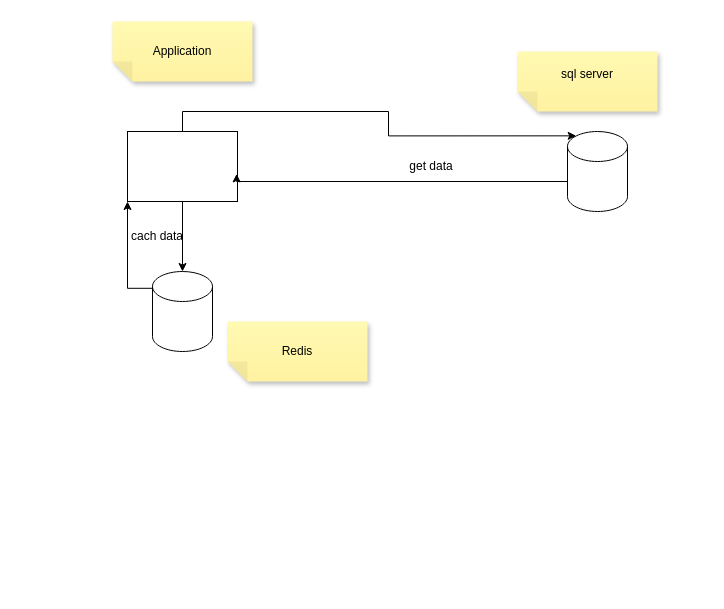
Before: Educational platform design.drawio in Eng-Fikry/Educational-Platform, a draw.io diagram. Source tidied: cells renumbered, new cells numbered last; positions are measured from the earlier drawing's top-left corner, leaving out a move shared by most shapes. Both pictures are drawn from the tidied source at 100%, with x=0, y=0 at pixel (112, 21).
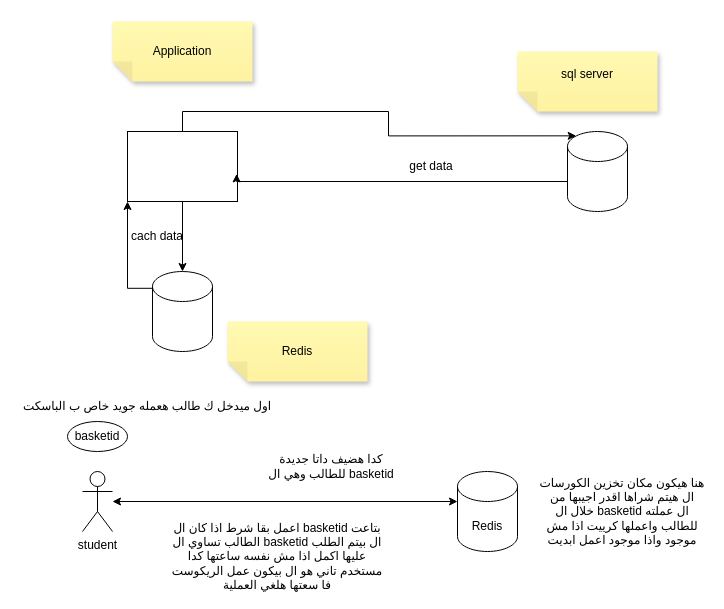
After the change.

What changed in the source:
```diff
@@
+    <mxCell id="14" value="student&lt;div&gt;&lt;br&gt;&lt;/div&gt;" style="shape=umlActor;verticalLabelPosition=bottom;verticalAlign=top;html=1;outlineConnect=0;" parent="1" vertex="1">
+      <mxGeometry x="-30" y="450" width="30" height="60" as="geometry" />
+    </mxCell>
+    <mxCell id="15" value="basketid" style="ellipse;whiteSpace=wrap;html=1;" parent="1" vertex="1">
+      <mxGeometry x="-45" y="400" width="60" height="30" as="geometry" />
+    </mxCell>
+    <mxCell id="16" style="shape=cylinder3;whiteSpace=wrap;html=1;boundedLbl=1;backgroundOutline=1;size=15;" parent="1" vertex="1">
+      <mxGeometry x="345" y="450" width="60" height="80" as="geometry" />
+    </mxCell>
+    <mxCell id="17" value="Redis" style="text;strokeColor=none;align=center;fillColor=none;html=1;verticalAlign=middle;whiteSpace=wrap;rounded=0;" parent="1" vertex="1">
+      <mxGeometry x="345" y="490" width="60" height="30" as="geometry" />
+    </mxCell>
+    <mxCell id="18" value="اول ميدخل ك طالب هعمله جويد خاص ب الباسكت" style="text;strokeColor=none;align=center;fillColor=none;html=1;verticalAlign=middle;whiteSpace=wrap;rounded=0;" parent="1" vertex="1">
+      <mxGeometry x="-95" y="370" width="260" height="30" as="geometry" />
+    </mxCell>
+    <mxCell id="19" value="هنا هيكون مكان تخزين الكورسات ال هيتم شراها اقدر اجيبها من خلال ال basketid ال عملته للطالب واعملها كرييت اذا مش موجود واذا موجود اعمل ابديت" style="text;strokeColor=none;align=center;fillColor=none;html=1;verticalAlign=middle;whiteSpace=wrap;rounded=0;" parent="1" vertex="1">
+      <mxGeometry x="425" y="475" width="170" height="30" as="geometry" />
+    </mxCell>
+    <mxCell id="20" style="endArrow=classic;startArrow=classic;html=1;rounded=0;" parent="1" edge="1" source="14">
+      <mxGeometry relative="1" as="geometry">
+        <mxPoint x="345" y="480" as="targetPoint" />
+      </mxGeometry>
+    </mxCell>
+    <mxCell id="21" value="اعمل بقا شرط اذا كان ال basketid بتاعت الطالب تساوي ال basketid ال بيتم الطلب عليها اكمل اذا مش نفسه ساعتها كدا مستخدم تاني هو ال بيكون عمل الريكوست فا سعتها هلغي العملية" style="text;strokeColor=none;align=center;fillColor=none;html=1;verticalAlign=middle;whiteSpace=wrap;rounded=0;" parent="1" vertex="1">
+      <mxGeometry x="55" y="520" width="220" height="30" as="geometry" />
+    </mxCell>
+    <mxCell id="22" value="كدا هضيف داتا جديدة للطالب وهي ال basketid" style="text;strokeColor=none;align=center;fillColor=none;html=1;verticalAlign=middle;whiteSpace=wrap;rounded=0;" parent="1" vertex="1">
+      <mxGeometry x="149" y="430" width="140" height="30" as="geometry" />
+    </mxCell>
```
